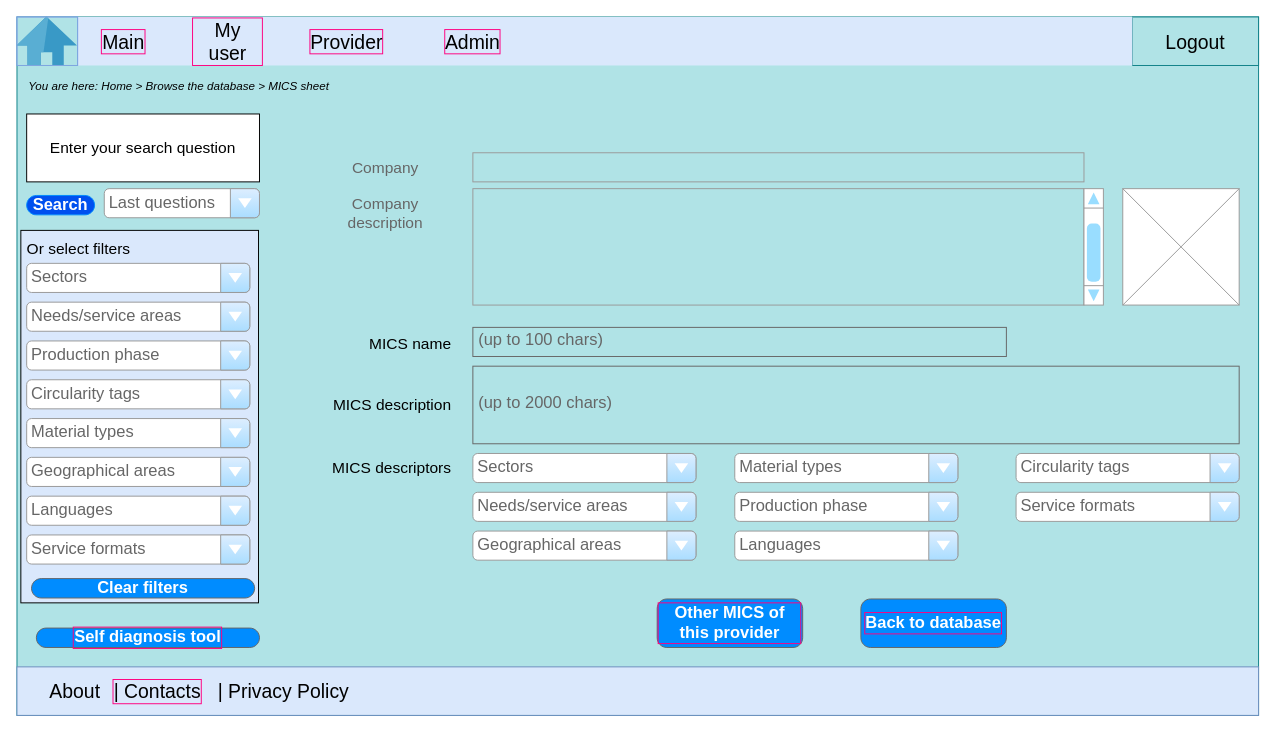
giuseppe-r2m/mics-finder keeps this draw.io diagram as page "MICS view single" (5 of 18) of IDP048 UI.drawio.xml. Above is the earlier version. Source tidied: cells renumbered, new cells numbered last; positions are measured from the earlier drawing's top-left corner, leaving out a move shared by most shapes. Both pictures are drawn from the tidied source at 97%, with x=0, y=0 at pixel (16, 16).
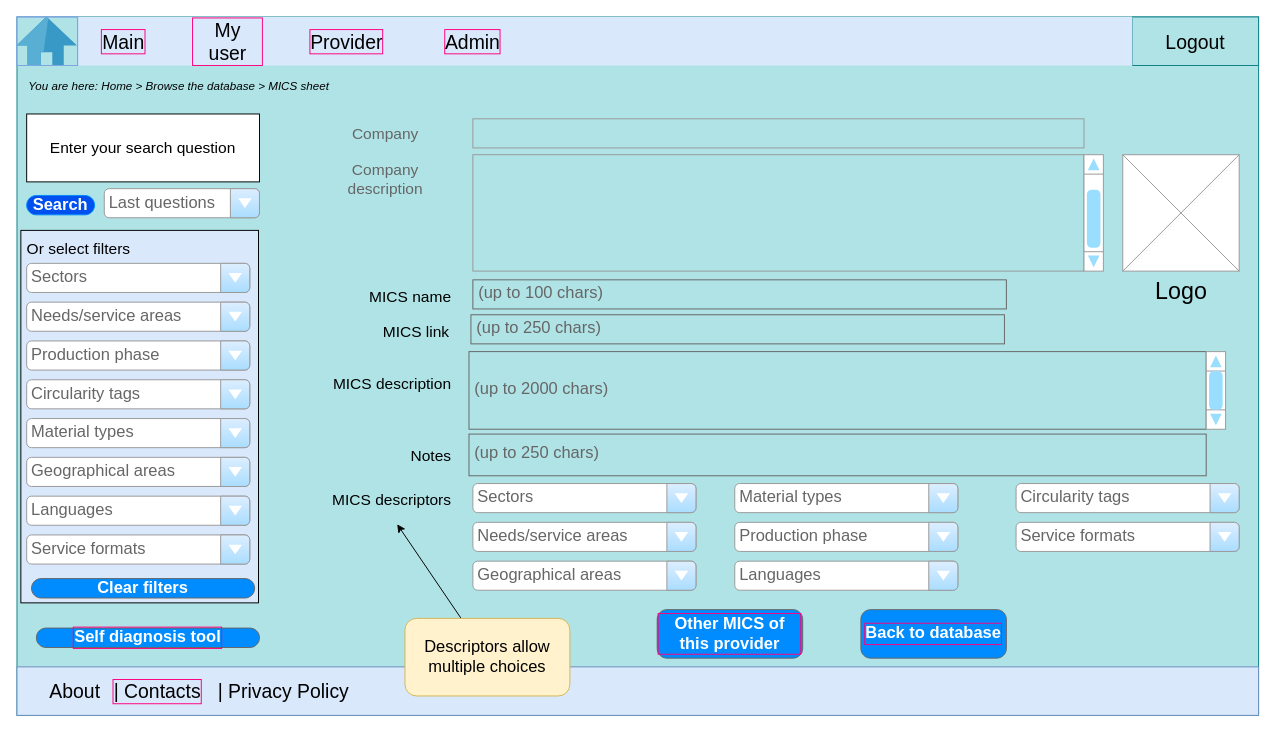
The same page after the edit.

The change refers to these unchanged cells:
```xml
<mxCell id="2" style="group;" parent="1" vertex="1">
  <mxGeometry width="1280" height="720" as="geometry" />
</mxCell>
```

Diff of the diagram source:
```diff
@@
     <mxCell id="6" value="Back to database" style="strokeWidth=1;shadow=0;dashed=0;align=center;html=1;shape=mxgraph.mockup.buttons.button;strokeColor=#666666;fontColor=#ffffff;mainText=;buttonStyle=round;fontSize=17;fontStyle=1;fillColor=#008cff;whiteSpace=wrap;labelBorderColor=#FF0080;" parent="2" vertex="1">
-      <mxGeometry x="870" y="600" width="150" height="50" as="geometry" />
+      <mxGeometry x="870" y="611" width="150" height="50" as="geometry" />
     </mxCell>
@@
     <mxCell id="12" value="(up to 100 chars)" style="strokeWidth=1;shadow=0;dashed=0;align=center;html=1;shape=mxgraph.mockup.text.textBox;fontColor=#666666;align=left;fontSize=17;spacingLeft=4;spacingTop=-3;strokeColor=#666666;mainText=;sketch=0;fillColor=none;" parent="2" vertex="1">
-      <mxGeometry x="470" y="320" width="550" height="30" as="geometry" />
+      <mxGeometry x="470" y="271" width="550" height="30" as="geometry" />
     </mxCell>
     <mxCell id="13" value="(up to 2000 chars)" style="strokeWidth=1;shadow=0;dashed=0;align=center;html=1;shape=mxgraph.mockup.text.textBox;fontColor=#666666;align=left;fontSize=17;spacingLeft=4;spacingTop=-3;strokeColor=#666666;mainText=;sketch=0;fillColor=none;" parent="2" vertex="1">
-      <mxGeometry x="470" y="360" width="790" height="80" as="geometry" />
+      <mxGeometry x="466" y="345" width="760" height="80" as="geometry" />
     </mxCell>
-    <mxCell id="14" value="Sectors" style="strokeWidth=1;shadow=0;dashed=0;align=center;html=1;shape=mxgraph.mockup.forms.comboBox;strokeColor=#999999;fillColor=#ddeeff;align=left;fillColor2=#aaddff;mainText=;fontColor=#666666;fontSize=17;spacingLeft=3;" parent="2" vertex="1">
-      <mxGeometry x="470" y="450" width="230" height="30" as="geometry" />
-    </mxCell>
-    <mxCell id="15" value="Needs/service areas" style="strokeWidth=1;shadow=0;dashed=0;align=center;html=1;shape=mxgraph.mockup.forms.comboBox;strokeColor=#999999;fillColor=#ddeeff;align=left;fillColor2=#aaddff;mainText=;fontColor=#666666;fontSize=17;spacingLeft=3;" parent="2" vertex="1">
-      <mxGeometry x="470" y="490" width="230" height="30" as="geometry" />
-    </mxCell>
-    <mxCell id="16" value="Production phase" style="strokeWidth=1;shadow=0;dashed=0;align=center;html=1;shape=mxgraph.mockup.forms.comboBox;strokeColor=#999999;fillColor=#ddeeff;align=left;fillColor2=#aaddff;mainText=;fontColor=#666666;fontSize=17;spacingLeft=3;" parent="2" vertex="1">
-      <mxGeometry x="740" y="490" width="230" height="30" as="geometry" />
-    </mxCell>
-    <mxCell id="17" value="Geographical areas" style="strokeWidth=1;shadow=0;dashed=0;align=center;html=1;shape=mxgraph.mockup.forms.comboBox;strokeColor=#999999;fillColor=#ddeeff;align=left;fillColor2=#aaddff;mainText=;fontColor=#666666;fontSize=17;spacingLeft=3;" parent="2" vertex="1">
-      <mxGeometry x="470" y="530" width="230" height="30" as="geometry" />
-    </mxCell>
-    <mxCell id="18" value="Languages" style="strokeWidth=1;shadow=0;dashed=0;align=center;html=1;shape=mxgraph.mockup.forms.comboBox;strokeColor=#999999;fillColor=#ddeeff;align=left;fillColor2=#aaddff;mainText=;fontColor=#666666;fontSize=17;spacingLeft=3;" parent="2" vertex="1">
-      <mxGeometry x="740" y="530" width="230" height="30" as="geometry" />
-    </mxCell>
-    <mxCell id="19" value="Material types" style="strokeWidth=1;shadow=0;dashed=0;align=center;html=1;shape=mxgraph.mockup.forms.comboBox;strokeColor=#999999;fillColor=#ddeeff;align=left;fillColor2=#aaddff;mainText=;fontColor=#666666;fontSize=17;spacingLeft=3;" parent="2" vertex="1">
-      <mxGeometry x="740" y="450" width="230" height="30" as="geometry" />
-    </mxCell>
-    <mxCell id="20" value="Circularity tags" style="strokeWidth=1;shadow=0;dashed=0;align=center;html=1;shape=mxgraph.mockup.forms.comboBox;strokeColor=#999999;fillColor=#ddeeff;align=left;fillColor2=#aaddff;mainText=;fontColor=#666666;fontSize=17;spacingLeft=3;" parent="2" vertex="1">
-      <mxGeometry x="1030" y="450" width="230" height="30" as="geometry" />
-    </mxCell>
-    <mxCell id="21" value="Service formats" style="strokeWidth=1;shadow=0;dashed=0;align=center;html=1;shape=mxgraph.mockup.forms.comboBox;strokeColor=#999999;fillColor=#ddeeff;align=left;fillColor2=#aaddff;mainText=;fontColor=#666666;fontSize=17;spacingLeft=3;" parent="2" vertex="1">
-      <mxGeometry x="1030" y="490" width="230" height="30" as="geometry" />
-    </mxCell>
     <mxCell id="22" value="MICS name" style="text;html=1;strokeColor=none;fillColor=none;align=right;verticalAlign=middle;whiteSpace=wrap;rounded=0;fontSize=16;" parent="2" vertex="1">
-      <mxGeometry x="310" y="322" width="140" height="30" as="geometry" />
+      <mxGeometry x="310" y="273" width="140" height="30" as="geometry" />
     </mxCell>
     <mxCell id="23" value="MICS description" style="text;html=1;strokeColor=none;fillColor=none;align=right;verticalAlign=middle;whiteSpace=wrap;rounded=0;fontSize=16;" parent="2" vertex="1">
-      <mxGeometry x="310" y="385" width="140" height="30" as="geometry" />
+      <mxGeometry x="310" y="363" width="140" height="30" as="geometry" />
     </mxCell>
     <mxCell id="24" value="MICS descriptors" style="text;html=1;strokeColor=none;fillColor=none;align=right;verticalAlign=middle;whiteSpace=wrap;rounded=0;fontSize=16;" parent="2" vertex="1">
-      <mxGeometry x="300" y="440" width="150" height="50" as="geometry" />
+      <mxGeometry x="300" y="473" width="150" height="50" as="geometry" />
     </mxCell>
     <mxCell id="25" value="Company" style="text;html=1;strokeColor=none;fillColor=none;align=center;verticalAlign=middle;whiteSpace=wrap;rounded=0;fontSize=16;fontColor=#666666;" parent="2" vertex="1">
-      <mxGeometry x="350" y="140" width="60" height="30" as="geometry" />
+      <mxGeometry x="350" y="105" width="60" height="30" as="geometry" />
     </mxCell>
     <mxCell id="26" style="strokeWidth=1;shadow=0;dashed=0;align=center;html=1;shape=mxgraph.mockup.forms.pwField;strokeColor=#999999;mainText=;align=left;fontColor=#666666;fontSize=17;spacingLeft=3;fillColor=none;" parent="2" vertex="1">
-      <mxGeometry x="470" y="177" width="630" height="120" as="geometry" />
+      <mxGeometry x="470" y="142" width="630" height="120" as="geometry" />
     </mxCell>
     <mxCell id="27" style="strokeWidth=1;shadow=0;dashed=0;align=center;html=1;shape=mxgraph.mockup.forms.pwField;strokeColor=#999999;mainText=;align=left;fontColor=#666666;fontSize=17;spacingLeft=3;fillColor=none;" parent="2" vertex="1">
-      <mxGeometry x="470" y="140" width="630" height="30" as="geometry" />
+      <mxGeometry x="470" y="105" width="630" height="30" as="geometry" />
     </mxCell>
     <mxCell id="28" value="Company description" style="text;html=1;strokeColor=none;fillColor=none;align=center;verticalAlign=middle;whiteSpace=wrap;rounded=0;fontSize=16;fontColor=#666666;" parent="2" vertex="1">
-      <mxGeometry x="350" y="187" width="60" height="30" as="geometry" />
+      <mxGeometry x="350" y="152" width="60" height="30" as="geometry" />
     </mxCell>
     <mxCell id="29" style="verticalLabelPosition=bottom;shadow=0;dashed=0;align=center;html=1;verticalAlign=top;strokeWidth=1;shape=mxgraph.mockup.navigation.scrollBar;strokeColor=#999999;barPos=20;fillColor2=#99ddff;strokeColor2=none;direction=north;fontSize=24;fontColor=#000000;fillColor=#FFFFFF;" parent="2" vertex="1">
-      <mxGeometry x="1100" y="177" width="20" height="120" as="geometry" />
+      <mxGeometry x="1100" y="142" width="20" height="120" as="geometry" />
     </mxCell>
-    <mxCell id="30" style="verticalLabelPosition=bottom;shadow=0;dashed=0;align=center;html=1;verticalAlign=top;strokeWidth=1;shape=mxgraph.mockup.graphics.simpleIcon;strokeColor=#999999;fontSize=24;fontColor=#000000;fillColor=#FFFFFF;" parent="2" vertex="1">
-      <mxGeometry x="1140" y="177" width="120" height="120" as="geometry" />
+    <mxCell id="30" value="Logo" style="verticalLabelPosition=bottom;shadow=0;dashed=0;align=center;html=1;verticalAlign=top;strokeWidth=1;shape=mxgraph.mockup.graphics.simpleIcon;strokeColor=#999999;fontSize=24;fontColor=#000000;fillColor=#FFFFFF;" parent="2" vertex="1">
+      <mxGeometry x="1140" y="142" width="120" height="120" as="geometry" />
     </mxCell>
     <mxCell id="31" value="Other MICS of this provider" style="strokeWidth=1;shadow=0;dashed=0;align=center;html=1;shape=mxgraph.mockup.buttons.button;strokeColor=#666666;fontColor=#ffffff;mainText=;buttonStyle=round;fontSize=17;fontStyle=1;fillColor=#008cff;whiteSpace=wrap;labelBorderColor=#FF0080;" parent="2" vertex="1">
-      <mxGeometry x="660" y="600" width="150" height="50" as="geometry" />
+      <mxGeometry x="660" y="611" width="150" height="50" as="geometry" />
     </mxCell>
@@
+    <mxCell id="52" value="(up to 250 chars)" style="strokeWidth=1;shadow=0;dashed=0;align=center;html=1;shape=mxgraph.mockup.text.textBox;fontColor=#666666;align=left;fontSize=17;spacingLeft=4;spacingTop=-3;strokeColor=#666666;mainText=;sketch=0;fillColor=none;" parent="2" vertex="1">
+      <mxGeometry x="468" y="307" width="550" height="30" as="geometry" />
+    </mxCell>
+    <mxCell id="53" value="MICS link" style="text;html=1;strokeColor=none;fillColor=none;align=right;verticalAlign=middle;whiteSpace=wrap;rounded=0;fontSize=16;" parent="2" vertex="1">
+      <mxGeometry x="308" y="309" width="140" height="30" as="geometry" />
+    </mxCell>
+    <mxCell id="54" style="verticalLabelPosition=bottom;shadow=0;dashed=0;align=center;html=1;verticalAlign=top;strokeWidth=1;shape=mxgraph.mockup.navigation.scrollBar;strokeColor=#999999;barPos=20;fillColor2=#99ddff;strokeColor2=none;direction=north;fontSize=24;fontColor=#000000;fillColor=#FFFFFF;" parent="2" vertex="1">
+      <mxGeometry x="1226" y="345" width="20" height="80" as="geometry" />
+    </mxCell>
+    <mxCell id="55" style="rounded=0;jettySize=auto;html=1;" parent="2" edge="1" source="56" target="24">
+      <mxGeometry relative="1" as="geometry" />
+    </mxCell>
+    <mxCell id="56" value="Descriptors allow multiple choices" style="rounded=1;whiteSpace=wrap;html=1;fillColor=#fff2cc;strokeColor=#d6b656;fontSize=17;" parent="2" vertex="1">
+      <mxGeometry x="400" y="620" width="170" height="80" as="geometry" />
+    </mxCell>
+    <mxCell id="57" value="(up to 250 chars)" style="strokeWidth=1;shadow=0;dashed=0;align=center;html=1;shape=mxgraph.mockup.text.textBox;fontColor=#666666;align=left;fontSize=17;spacingLeft=4;spacingTop=-3;strokeColor=#666666;mainText=;sketch=0;fillColor=none;" parent="2" vertex="1">
+      <mxGeometry x="466" y="430" width="760" height="43" as="geometry" />
+    </mxCell>
+    <mxCell id="58" value="Notes" style="text;html=1;strokeColor=none;fillColor=none;align=right;verticalAlign=middle;whiteSpace=wrap;rounded=0;fontSize=16;" parent="2" vertex="1">
+      <mxGeometry x="310" y="436.5" width="140" height="30" as="geometry" />
+    </mxCell>
@@
+    <mxCell id="14" value="Sectors" style="strokeWidth=1;shadow=0;dashed=0;align=center;html=1;shape=mxgraph.mockup.forms.comboBox;strokeColor=#999999;fillColor=#ddeeff;align=left;fillColor2=#aaddff;mainText=;fontColor=#666666;fontSize=17;spacingLeft=3;" parent="1" vertex="1">
+      <mxGeometry x="470" y="481" width="230" height="30" as="geometry" />
+    </mxCell>
+    <mxCell id="15" value="Needs/service areas" style="strokeWidth=1;shadow=0;dashed=0;align=center;html=1;shape=mxgraph.mockup.forms.comboBox;strokeColor=#999999;fillColor=#ddeeff;align=left;fillColor2=#aaddff;mainText=;fontColor=#666666;fontSize=17;spacingLeft=3;" parent="1" vertex="1">
+      <mxGeometry x="470" y="521" width="230" height="30" as="geometry" />
+    </mxCell>
+    <mxCell id="16" value="Production phase" style="strokeWidth=1;shadow=0;dashed=0;align=center;html=1;shape=mxgraph.mockup.forms.comboBox;strokeColor=#999999;fillColor=#ddeeff;align=left;fillColor2=#aaddff;mainText=;fontColor=#666666;fontSize=17;spacingLeft=3;" parent="1" vertex="1">
+      <mxGeometry x="740" y="521" width="230" height="30" as="geometry" />
+    </mxCell>
+    <mxCell id="17" value="Geographical areas" style="strokeWidth=1;shadow=0;dashed=0;align=center;html=1;shape=mxgraph.mockup.forms.comboBox;strokeColor=#999999;fillColor=#ddeeff;align=left;fillColor2=#aaddff;mainText=;fontColor=#666666;fontSize=17;spacingLeft=3;" parent="1" vertex="1">
+      <mxGeometry x="470" y="561" width="230" height="30" as="geometry" />
+    </mxCell>
+    <mxCell id="18" value="Languages" style="strokeWidth=1;shadow=0;dashed=0;align=center;html=1;shape=mxgraph.mockup.forms.comboBox;strokeColor=#999999;fillColor=#ddeeff;align=left;fillColor2=#aaddff;mainText=;fontColor=#666666;fontSize=17;spacingLeft=3;" parent="1" vertex="1">
+      <mxGeometry x="740" y="561" width="230" height="30" as="geometry" />
+    </mxCell>
+    <mxCell id="19" value="Material types" style="strokeWidth=1;shadow=0;dashed=0;align=center;html=1;shape=mxgraph.mockup.forms.comboBox;strokeColor=#999999;fillColor=#ddeeff;align=left;fillColor2=#aaddff;mainText=;fontColor=#666666;fontSize=17;spacingLeft=3;" parent="1" vertex="1">
+      <mxGeometry x="740" y="481" width="230" height="30" as="geometry" />
+    </mxCell>
+    <mxCell id="20" value="Circularity tags" style="strokeWidth=1;shadow=0;dashed=0;align=center;html=1;shape=mxgraph.mockup.forms.comboBox;strokeColor=#999999;fillColor=#ddeeff;align=left;fillColor2=#aaddff;mainText=;fontColor=#666666;fontSize=17;spacingLeft=3;" parent="1" vertex="1">
+      <mxGeometry x="1030" y="481" width="230" height="30" as="geometry" />
+    </mxCell>
+    <mxCell id="21" value="Service formats" style="strokeWidth=1;shadow=0;dashed=0;align=center;html=1;shape=mxgraph.mockup.forms.comboBox;strokeColor=#999999;fillColor=#ddeeff;align=left;fillColor2=#aaddff;mainText=;fontColor=#666666;fontSize=17;spacingLeft=3;" parent="1" vertex="1">
+      <mxGeometry x="1030" y="521" width="230" height="30" as="geometry" />
+    </mxCell>
```
